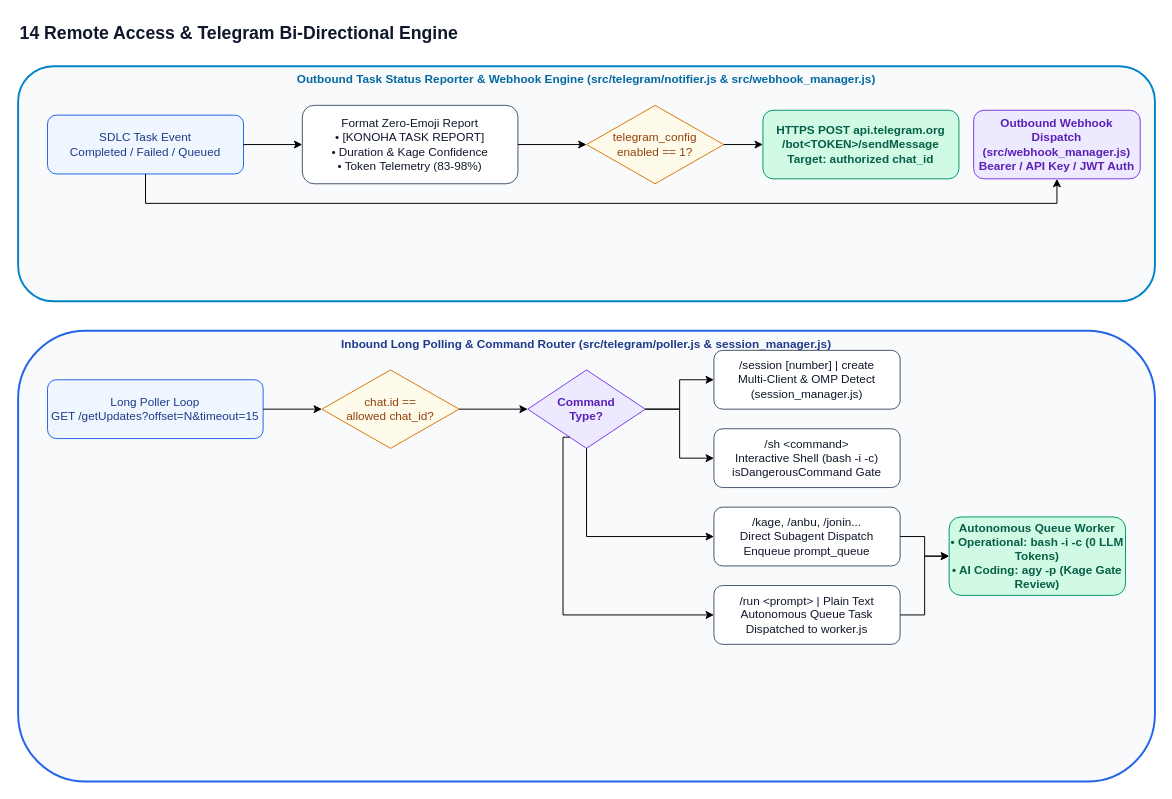
Earlier version of the draw.io diagram page "14 Remote Access & Telegram Inbound/Outbound" (14 of 16) of docs/diagrams/konoha-architecture.drawio (andycungkrinx91/konoha). Source tidied: cells renumbered, new cells numbered last; positions are measured from the earlier drawing's top-left corner, leaving out a move shared by most shapes. Both pictures are drawn from the tidied source at 98%, with x=0, y=0 at pixel (18, 17).
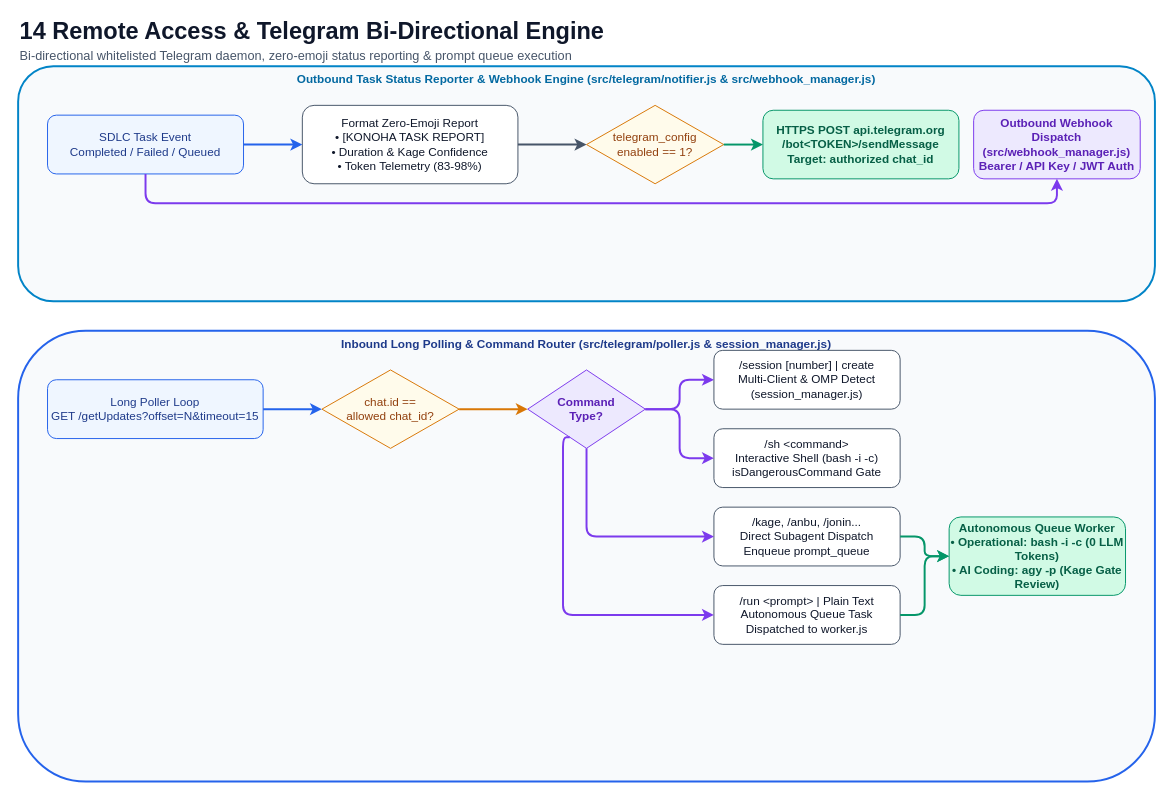
Above is the later version.

The change refers to these unchanged cells:
```xml
<mxCell id="4" value="SDLC Task Event&#10;Completed / Failed / Queued" style="rounded=1;whiteSpace=wrap;html=1;fillColor=#eff6ff;strokeColor=#2563eb;fontColor=#1e3a8a;" parent="1" vertex="1">
  <mxGeometry x="30" y="100" width="200" height="60" as="geometry" />
</mxCell>
<mxCell id="5" value="Format Zero-Emoji Report&#10;• [KONOHA TASK REPORT]&#10;• Duration &amp;amp; Kage Confidence&#10;• Token Telemetry (83-98%)" style="rounded=1;whiteSpace=wrap;html=1;fillColor=#ffffff;strokeColor=#475569;fontColor=#0f172a;" parent="1" vertex="1">
  <mxGeometry x="290" y="90" width="220" height="80" as="geometry" />
</mxCell>
<mxCell id="6" value="telegram_config&#10;enabled == 1?" style="rhombus;whiteSpace=wrap;html=1;fillColor=#fffbeb;strokeColor=#d97706;fontColor=#92400e;" parent="1" vertex="1">
  <mxGeometry x="580" y="90" width="140" height="80" as="geometry" />
</mxCell>
<mxCell id="7" value="HTTPS POST api.telegram.org&#10;/bot&amp;lt;TOKEN&amp;gt;/sendMessage&#10;Target: authorized chat_id" style="rounded=1;whiteSpace=wrap;html=1;fillColor=#d1fae5;strokeColor=#059669;fontColor=#065f46;fontStyle=1;" parent="1" vertex="1">
  <mxGeometry x="760" y="95" width="200" height="70" as="geometry" />
</mxCell>
<mxCell id="8" value="Outbound Webhook Dispatch&#10;(src/webhook_manager.js)&#10;Bearer / API Key / JWT Auth" style="rounded=1;whiteSpace=wrap;html=1;fillColor=#ede9fe;strokeColor=#7c3aed;fontColor=#5b21b6;fontStyle=1;" parent="1" vertex="1">
  <mxGeometry x="975" y="95" width="170" height="70" as="geometry" />
</mxCell>
<mxCell id="10" value="Long Poller Loop&#10;GET /getUpdates?offset=N&amp;amp;timeout=15" style="rounded=1;whiteSpace=wrap;html=1;fillColor=#eff6ff;strokeColor=#2563eb;fontColor=#1e3a8a;" parent="1" vertex="1">
  <mxGeometry x="30" y="370" width="220" height="60" as="geometry" />
</mxCell>
<mxCell id="11" value="chat.id ==&#10;allowed chat_id?" style="rhombus;whiteSpace=wrap;html=1;fillColor=#fffbeb;strokeColor=#d97706;fontColor=#92400e;" parent="1" vertex="1">
  <mxGeometry x="310" y="360" width="140" height="80" as="geometry" />
</mxCell>
<mxCell id="12" value="Command&#10;Type?" style="rhombus;whiteSpace=wrap;html=1;fillColor=#ede9fe;strokeColor=#7c3aed;fontColor=#5b21b6;fontStyle=1;" parent="1" vertex="1">
  <mxGeometry x="520" y="360" width="120" height="80" as="geometry" />
</mxCell>
<mxCell id="13" value="/session [number] | create&#10;Multi-Client &amp;amp; OMP Detect&#10;(session_manager.js)" style="rounded=1;whiteSpace=wrap;html=1;fillColor=#ffffff;strokeColor=#475569;fontColor=#0f172a;" parent="1" vertex="1">
  <mxGeometry x="710" y="340" width="190" height="60" as="geometry" />
</mxCell>
<mxCell id="14" value="/sh &amp;lt;command&amp;gt;&#10;Interactive Shell (bash -i -c)&#10;isDangerousCommand Gate" style="rounded=1;whiteSpace=wrap;html=1;fillColor=#ffffff;strokeColor=#475569;fontColor=#0f172a;" parent="1" vertex="1">
  <mxGeometry x="710" y="420" width="190" height="60" as="geometry" />
</mxCell>
<mxCell id="15" value="/kage, /anbu, /jonin...&#10;Direct Subagent Dispatch&#10;Enqueue prompt_queue" style="rounded=1;whiteSpace=wrap;html=1;fillColor=#ffffff;strokeColor=#475569;fontColor=#0f172a;" parent="1" vertex="1">
  <mxGeometry x="710" y="500" width="190" height="60" as="geometry" />
</mxCell>
<mxCell id="16" value="/run &amp;lt;prompt&amp;gt; | Plain Text&#10;Autonomous Queue Task&#10;Dispatched to worker.js" style="rounded=1;whiteSpace=wrap;html=1;fillColor=#ffffff;strokeColor=#475569;fontColor=#0f172a;" parent="1" vertex="1">
  <mxGeometry x="710" y="580" width="190" height="60" as="geometry" />
</mxCell>
<mxCell id="17" value="Autonomous Queue Worker&#10;• Operational: bash -i -c (0 LLM Tokens)&#10;• AI Coding: agy -p (Kage Gate Review)" style="rounded=1;whiteSpace=wrap;html=1;fillColor=#d1fae5;strokeColor=#059669;fontColor=#065f46;fontStyle=1;" parent="1" vertex="1">
  <mxGeometry x="950" y="510" width="180" height="80" as="geometry" />
</mxCell>
```

The edit, as a diff of the source:
```diff
@@
-    <mxCell id="2" value="14 Remote Access &amp;amp; Telegram Bi-Directional Engine" style="text;html=1;fontSize=18;fontStyle=1;fontColor=#0f172a;" parent="1" vertex="1">
+    <mxCell id="2" value="14 Remote Access &amp;amp; Telegram Bi-Directional Engine" style="text;html=1;strokeColor=none;fillColor=none;fontColor=#0f172a;fontSize=24;fontStyle=1;align=left;verticalAlign=middle;" parent="1" vertex="1">
       <mxGeometry width="800" height="30" as="geometry" />
     </mxCell>
+    <mxCell id="30" value="Bi-directional whitelisted Telegram daemon, zero-emoji status reporting &amp; prompt queue execution" style="text;html=1;strokeColor=none;fillColor=none;fontColor=#475569;fontSize=13;align=left;verticalAlign=middle;" parent="1" vertex="1">
+      <mxGeometry y="30" width="800" height="18" as="geometry" />
+    </mxCell>
@@
-    <mxCell id="18" style="edgeStyle=orthogonalEdgeStyle;rounded=0;html=1;" parent="1" edge="1" source="4" target="5">
+    <mxCell id="18" style="edgeStyle=orthogonalEdgeStyle;rounded=1;html=1;jettySize=auto;strokeWidth=2;strokeColor=#2563eb;" parent="1" edge="1" source="4" target="5">
       <mxGeometry relative="1" as="geometry" />
     </mxCell>
-    <mxCell id="19" style="edgeStyle=orthogonalEdgeStyle;rounded=0;html=1;" parent="1" edge="1" source="5" target="6">
+    <mxCell id="19" style="edgeStyle=orthogonalEdgeStyle;rounded=1;html=1;jettySize=auto;strokeWidth=2;strokeColor=#475569;" parent="1" edge="1" source="5" target="6">
       <mxGeometry relative="1" as="geometry" />
     </mxCell>
-    <mxCell id="20" style="edgeStyle=orthogonalEdgeStyle;rounded=0;html=1;" parent="1" edge="1" source="6" target="7">
+    <mxCell id="20" style="edgeStyle=orthogonalEdgeStyle;rounded=1;html=1;jettySize=auto;strokeWidth=2;strokeColor=#059669;" parent="1" edge="1" source="6" target="7">
       <mxGeometry relative="1" as="geometry" />
     </mxCell>
-    <mxCell id="21" style="edgeStyle=orthogonalEdgeStyle;rounded=0;html=1;entryX=0.5;entryY=1;" parent="1" edge="1" source="4" target="8">
+    <mxCell id="21" style="edgeStyle=orthogonalEdgeStyle;rounded=1;html=1;entryX=0.5;entryY=1;jettySize=auto;strokeWidth=2;strokeColor=#7c3aed;" parent="1" edge="1" source="4" target="8">
       <mxGeometry relative="1" as="geometry">
         <Array as="points">
           <mxPoint x="130" y="190" />
           <mxPoint x="1060" y="190" />
         </Array>
       </mxGeometry>
     </mxCell>
-    <mxCell id="22" style="edgeStyle=orthogonalEdgeStyle;rounded=0;html=1;" parent="1" edge="1" source="10" target="11">
+    <mxCell id="22" style="edgeStyle=orthogonalEdgeStyle;rounded=1;html=1;jettySize=auto;strokeWidth=2;strokeColor=#2563eb;" parent="1" edge="1" source="10" target="11">
       <mxGeometry relative="1" as="geometry" />
     </mxCell>
-    <mxCell id="23" style="edgeStyle=orthogonalEdgeStyle;rounded=0;html=1;" parent="1" edge="1" source="11" target="12">
+    <mxCell id="23" style="edgeStyle=orthogonalEdgeStyle;rounded=1;html=1;jettySize=auto;strokeWidth=2;strokeColor=#d97706;" parent="1" edge="1" source="11" target="12">
       <mxGeometry relative="1" as="geometry" />
     </mxCell>
-    <mxCell id="24" style="edgeStyle=orthogonalEdgeStyle;rounded=0;html=1;" parent="1" edge="1" source="12" target="13">
+    <mxCell id="24" style="edgeStyle=orthogonalEdgeStyle;rounded=1;html=1;jettySize=auto;strokeWidth=2;strokeColor=#7c3aed;" parent="1" edge="1" source="12" target="13">
       <mxGeometry relative="1" as="geometry" />
     </mxCell>
-    <mxCell id="25" style="edgeStyle=orthogonalEdgeStyle;rounded=0;html=1;" parent="1" edge="1" source="12" target="14">
+    <mxCell id="25" style="edgeStyle=orthogonalEdgeStyle;rounded=1;html=1;jettySize=auto;strokeWidth=2;strokeColor=#7c3aed;" parent="1" edge="1" source="12" target="14">
       <mxGeometry relative="1" as="geometry" />
     </mxCell>
-    <mxCell id="26" style="edgeStyle=orthogonalEdgeStyle;rounded=0;html=1;exitX=0.5;exitY=1;entryX=0;entryY=0.5;" parent="1" edge="1" source="12" target="15">
+    <mxCell id="26" style="edgeStyle=orthogonalEdgeStyle;rounded=1;html=1;exitX=0.5;exitY=1;entryX=0;entryY=0.5;jettySize=auto;strokeWidth=2;strokeColor=#7c3aed;" parent="1" edge="1" source="12" target="15">
       <mxGeometry relative="1" as="geometry">
         <Array as="points">
           <mxPoint x="580" y="530" />
         </Array>
       </mxGeometry>
     </mxCell>
-    <mxCell id="27" style="edgeStyle=orthogonalEdgeStyle;rounded=0;html=1;exitX=0.3;exitY=1;entryX=0;entryY=0.5;" parent="1" edge="1" source="12" target="16">
+    <mxCell id="27" style="edgeStyle=orthogonalEdgeStyle;rounded=1;html=1;exitX=0.3;exitY=1;entryX=0;entryY=0.5;jettySize=auto;strokeWidth=2;strokeColor=#7c3aed;" parent="1" edge="1" source="12" target="16">
       <mxGeometry relative="1" as="geometry">
         <Array as="points">
           <mxPoint x="556" y="610" />
         </Array>
       </mxGeometry>
     </mxCell>
-    <mxCell id="28" style="edgeStyle=orthogonalEdgeStyle;rounded=0;html=1;" parent="1" edge="1" source="15" target="17">
+    <mxCell id="28" style="edgeStyle=orthogonalEdgeStyle;rounded=1;html=1;jettySize=auto;strokeWidth=2;strokeColor=#059669;" parent="1" edge="1" source="15" target="17">
       <mxGeometry relative="1" as="geometry" />
     </mxCell>
-    <mxCell id="29" style="edgeStyle=orthogonalEdgeStyle;rounded=0;html=1;" parent="1" edge="1" source="16" target="17">
+    <mxCell id="29" style="edgeStyle=orthogonalEdgeStyle;rounded=1;html=1;jettySize=auto;strokeWidth=2;strokeColor=#059669;" parent="1" edge="1" source="16" target="17">
       <mxGeometry relative="1" as="geometry" />
     </mxCell>
```
